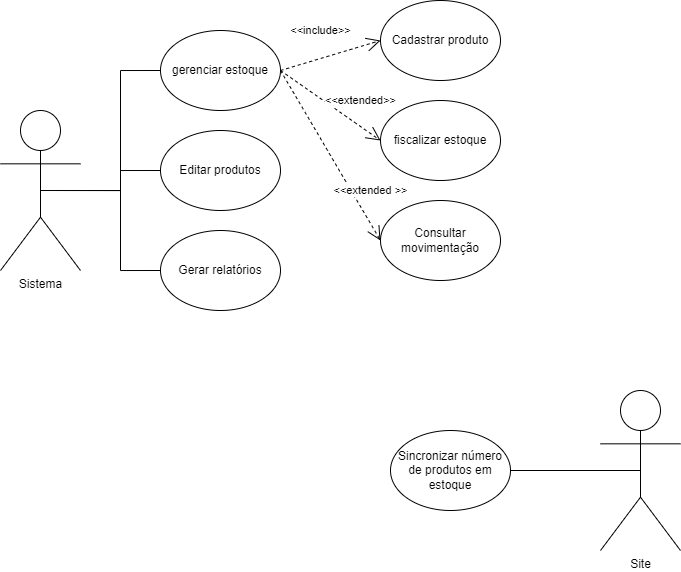
The draw.io diagram CS1.drawio.png in Zaibam/Desenvolvimento-De-Sistemas-1, before a commit. Source tidied: cells renumbered, new cells last; positions are measured from the earlier drawing's top-left corner, leaving out a move shared by most shapes.
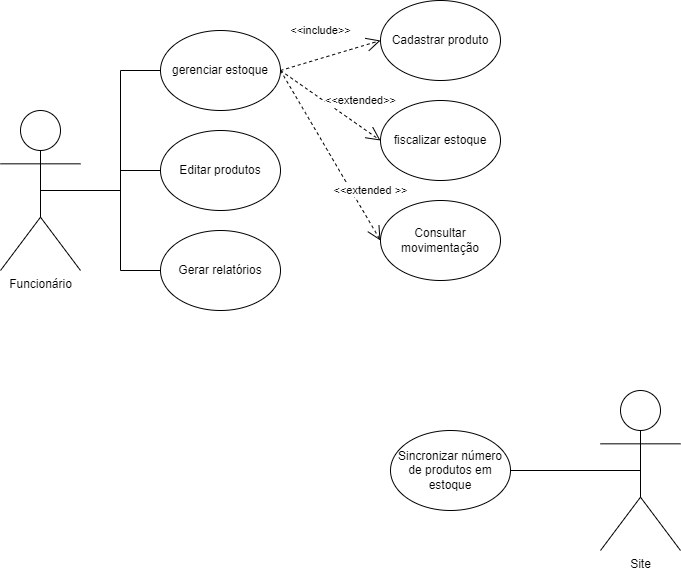
After the commit.

What changed in the source:
```diff
@@ -11,7 +11,7 @@
     <mxCell id="4" style="edgeStyle=orthogonalEdgeStyle;rounded=0;jettySize=auto;html=1;exitX=0.5;exitY=0.5;exitDx=0;exitDy=0;exitPerimeter=0;entryX=0;entryY=0.5;entryDx=0;entryDy=0;endArrow=none;endFill=0;" parent="1" edge="1" source="5" target="9">
       <mxGeometry relative="1" as="geometry" />
     </mxCell>
-    <mxCell id="5" value="Sistema" style="shape=umlActor;verticalLabelPosition=bottom;verticalAlign=top;html=1;" parent="1" vertex="1">
+    <mxCell id="5" value="Funcionário" style="shape=umlActor;verticalLabelPosition=bottom;verticalAlign=top;html=1;" parent="1" vertex="1">
       <mxGeometry y="110" width="80" height="160" as="geometry" />
     </mxCell>
     <mxCell id="6" value="Site" style="shape=umlActor;verticalLabelPosition=bottom;verticalAlign=top;html=1;" parent="1" vertex="1">
```
